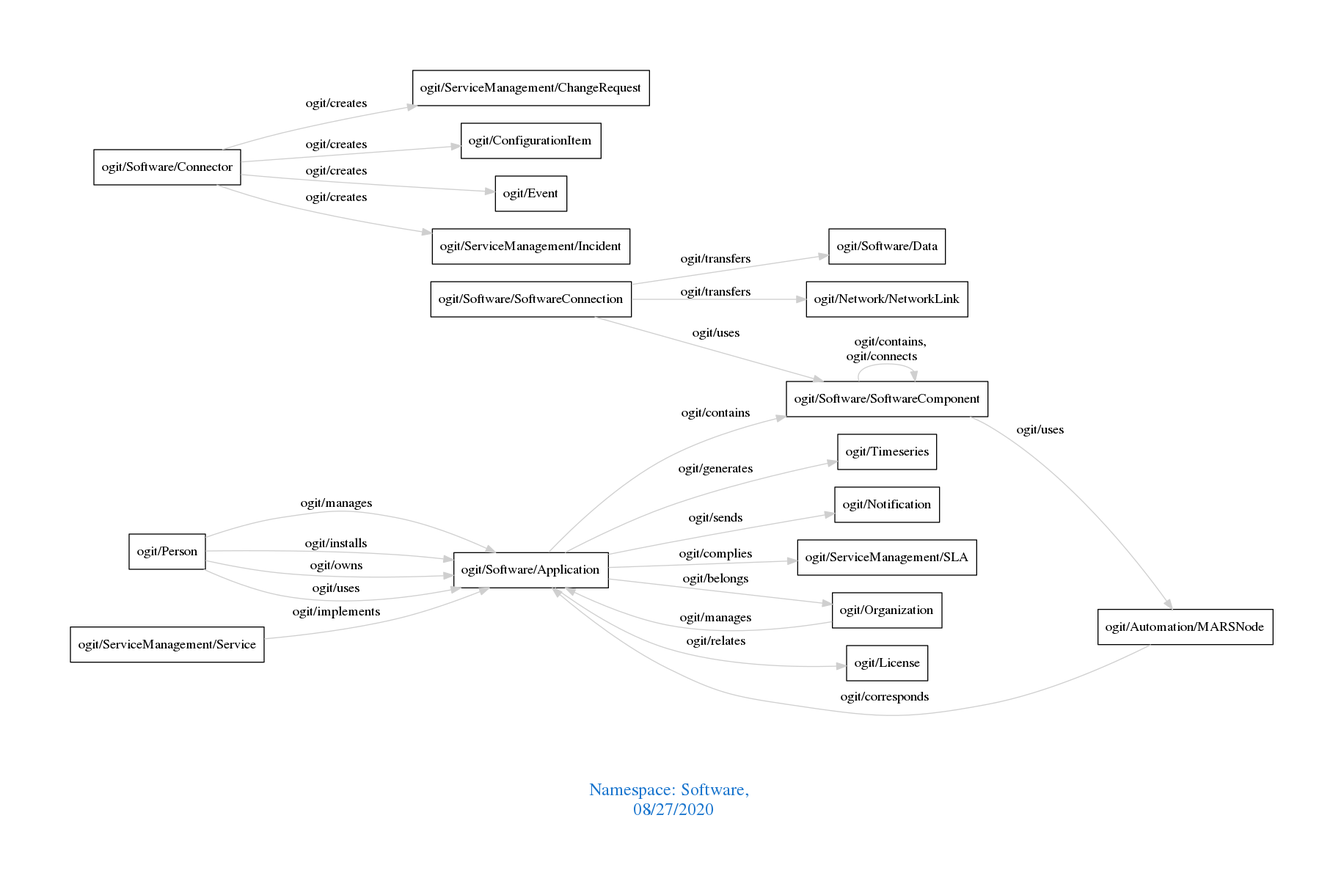
This is downloads/Software.png from arago/OGIT, a Graphviz export, as it was before one commit. Its source is kept beside it as downloads/Software.dot.
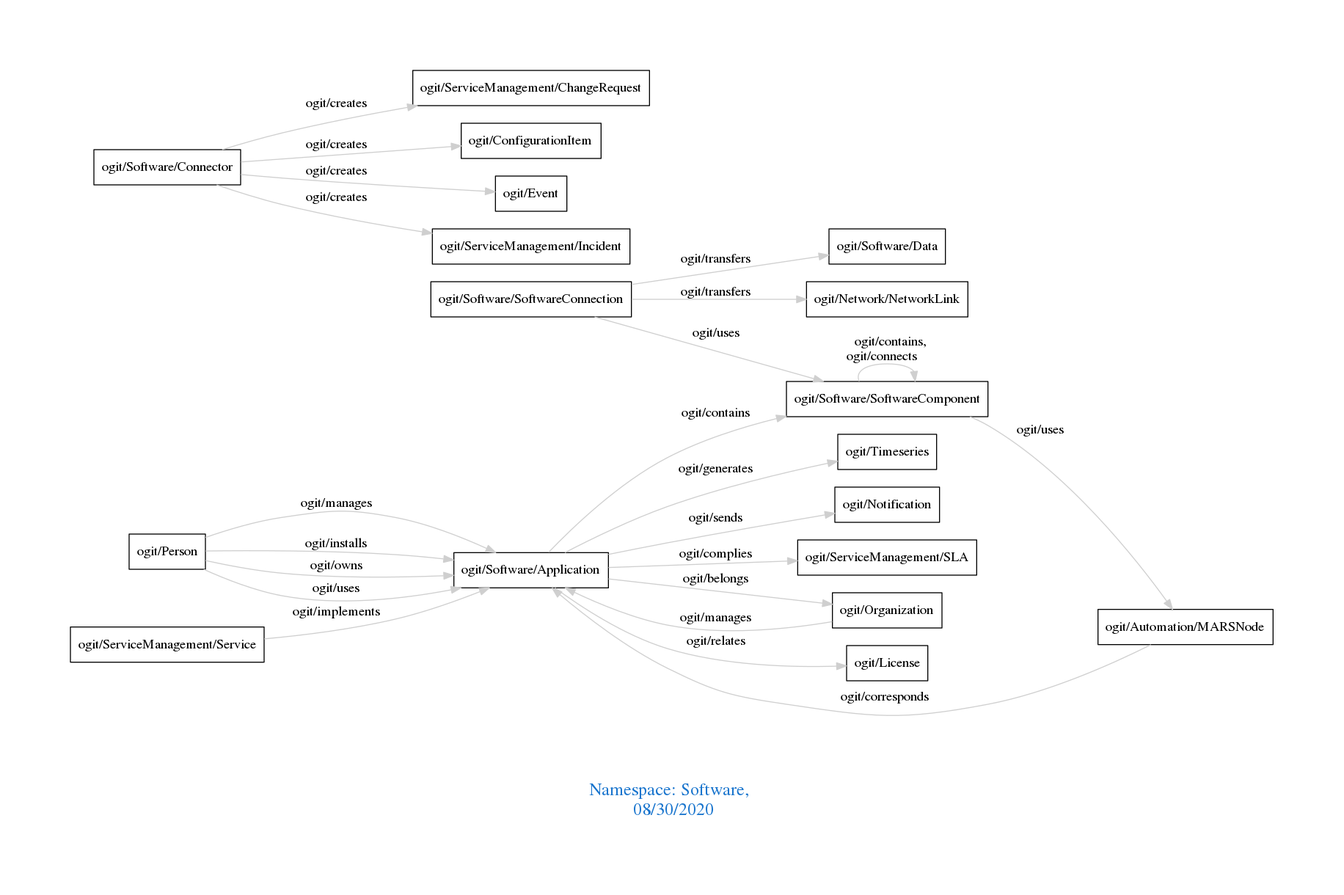
Above is the later version.

Change to the diagram source:
```diff
@@ -1,7 +1,7 @@
 digraph OGIT_ontology {
  graph [ rankdir= LR,pad=1
 fontsize = 18,
-fontcolor= dodgerblue3,label = "\n\n\nNamespace: Software, \n 08/27/2020"];
+fontcolor= dodgerblue3,label = "\n\n\nNamespace: Software, \n 08/30/2020"];
 node[shape=polygon];
 edge [  color="gray81"];
 
```
